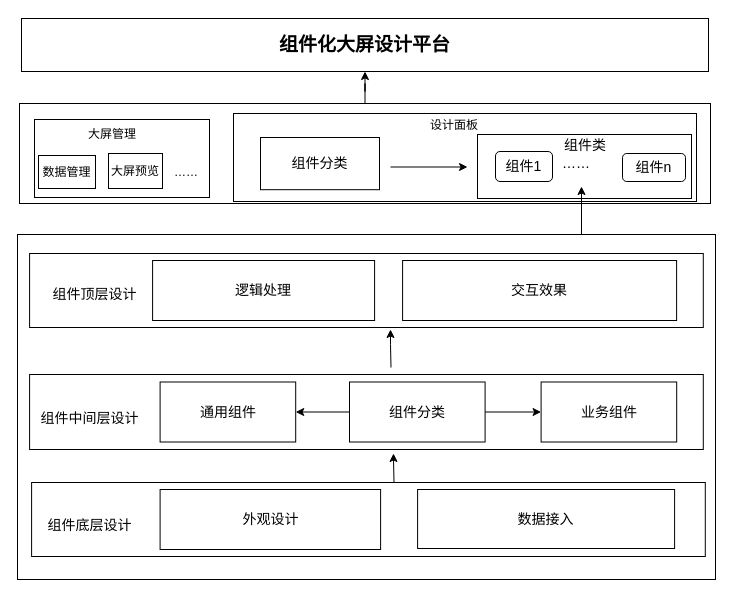
qw-null/drawio keeps this draw.io diagram as 小论文前端组件化方法.drawio. Above is the earlier version. Source tidied: cells renumbered, new cells numbered last; positions are measured from the earlier drawing's top-left corner, leaving out a move shared by most shapes. Both pictures are drawn from the tidied source at 100%, with x=0, y=0 at pixel (17, 18).
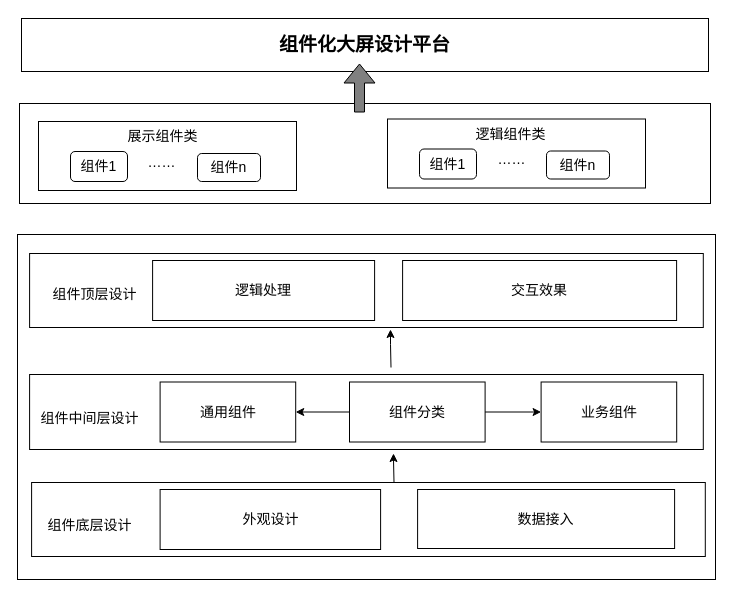
The same page after the edit.

Commit message:
更新小论文前端组件化方法.drawio

The change refers to these unchanged cells:
```xml
<mxCell id="2" value="&lt;h4&gt;&lt;font style=&quot;font-size: 19px;&quot;&gt;组件化大屏设计平台&lt;/font&gt;&lt;/h4&gt;" style="rounded=0;whiteSpace=wrap;html=1;" parent="1" vertex="1">
  <mxGeometry x="4" width="687" height="53" as="geometry" />
</mxCell>
<mxCell id="4" style="rounded=0;whiteSpace=wrap;html=1;fontFamily=Helvetica;fontSize=14;" parent="1" vertex="1">
  <mxGeometry x="2" y="85" width="691" height="100" as="geometry" />
</mxCell>
```

Change to the diagram source:
```diff
@@
-    <mxCell id="3" style="edgeStyle=orthogonalEdgeStyle;rounded=0;jettySize=auto;html=1;fontFamily=Helvetica;fontSize=14;" parent="1" edge="1" source="4" target="2">
-      <mxGeometry relative="1" as="geometry" />
-    </mxCell>
@@
     <mxCell id="5" style="rounded=0;whiteSpace=wrap;html=1;fontFamily=Helvetica;fontSize=14;" parent="1" vertex="1">
-      <mxGeometry x="460" y="116" width="214" height="64" as="geometry" />
+      <mxGeometry x="21" y="103" width="258" height="69" as="geometry" />
     </mxCell>
@@
     <mxCell id="26" value="组件1" style="rounded=1;whiteSpace=wrap;html=1;fontFamily=Helvetica;fontSize=14;" parent="1" vertex="1">
-      <mxGeometry x="478" y="133" width="57" height="30" as="geometry" />
+      <mxGeometry x="53" y="133" width="57" height="30" as="geometry" />
     </mxCell>
     <mxCell id="27" value="组件n" style="rounded=1;whiteSpace=wrap;html=1;fontFamily=Helvetica;fontSize=14;" parent="1" vertex="1">
-      <mxGeometry x="605" y="135" width="63" height="28" as="geometry" />
+      <mxGeometry x="180" y="135" width="63" height="28" as="geometry" />
     </mxCell>
     <mxCell id="28" value="……" style="text;html=1;strokeColor=none;fillColor=none;align=center;verticalAlign=middle;whiteSpace=wrap;rounded=0;fontFamily=Helvetica;fontSize=14;" parent="1" vertex="1">
-      <mxGeometry x="528.5" y="129.5" width="60" height="30" as="geometry" />
+      <mxGeometry x="110" y="127" width="69" height="33" as="geometry" />
     </mxCell>
-    <mxCell id="29" value="组件类" style="text;html=1;strokeColor=none;fillColor=none;align=center;verticalAlign=middle;whiteSpace=wrap;rounded=0;fontFamily=Helvetica;fontSize=14;" parent="1" vertex="1">
-      <mxGeometry x="538" y="112" width="60" height="30" as="geometry" />
+    <mxCell id="29" value="展示组件类" style="text;html=1;strokeColor=none;fillColor=none;align=center;verticalAlign=middle;whiteSpace=wrap;rounded=0;fontFamily=Helvetica;fontSize=14;" parent="1" vertex="1">
+      <mxGeometry x="93" y="102.5" width="105" height="30.5" as="geometry" />
     </mxCell>
-    <mxCell id="30" style="endArrow=classic;html=1;rounded=0;fontFamily=Helvetica;fontSize=14;" parent="1" edge="1">
-      <mxGeometry relative="1" as="geometry">
-        <mxPoint x="564" y="216" as="sourcePoint" />
-        <mxPoint x="564" y="168" as="targetPoint" />
-      </mxGeometry>
-    </mxCell>
-    <mxCell id="31" style="rounded=0;whiteSpace=wrap;html=1;fontFamily=Helvetica;fontSize=14;fillColor=none;" parent="1" vertex="1">
-      <mxGeometry x="216" y="95" width="463" height="88" as="geometry" />
-    </mxCell>
-    <mxCell id="32" value="组件分类" style="rounded=0;whiteSpace=wrap;html=1;fontFamily=Helvetica;fontSize=14;" parent="1" vertex="1">
-      <mxGeometry x="243" y="119" width="119" height="52.2" as="geometry" />
-    </mxCell>
-    <mxCell id="33" value="设计面板" style="text;html=1;strokeColor=none;fillColor=none;align=center;verticalAlign=middle;whiteSpace=wrap;rounded=0;" parent="1" vertex="1">
-      <mxGeometry x="407" y="89" width="60" height="35" as="geometry" />
-    </mxCell>
-    <mxCell id="34" style="endArrow=classic;html=1;rounded=0;" parent="1" edge="1">
-      <mxGeometry relative="1" as="geometry">
-        <mxPoint x="373" y="148.5" as="sourcePoint" />
-        <mxPoint x="450" y="148.5" as="targetPoint" />
-      </mxGeometry>
-    </mxCell>
-    <mxCell id="35" style="rounded=0;whiteSpace=wrap;html=1;fillColor=none;" parent="1" vertex="1">
-      <mxGeometry x="17" y="101" width="175" height="78" as="geometry" />
-    </mxCell>
-    <mxCell id="36" value="大屏管理" style="text;html=1;strokeColor=none;fillColor=none;align=center;verticalAlign=middle;whiteSpace=wrap;rounded=0;" parent="1" vertex="1">
-      <mxGeometry x="60" y="101" width="70" height="30" as="geometry" />
-    </mxCell>
-    <mxCell id="37" value="数据管理" style="rounded=0;whiteSpace=wrap;html=1;fillColor=none;" parent="1" vertex="1">
-      <mxGeometry x="21" y="137" width="57" height="33" as="geometry" />
-    </mxCell>
-    <mxCell id="38" value="大屏预览" style="rounded=0;whiteSpace=wrap;html=1;fillColor=none;" parent="1" vertex="1">
-      <mxGeometry x="91" y="135" width="54" height="35" as="geometry" />
-    </mxCell>
+    <mxCell id="40" style="rounded=0;whiteSpace=wrap;html=1;fontFamily=Helvetica;fontSize=14;" parent="1" vertex="1">
+      <mxGeometry x="370" y="100.5" width="258" height="69" as="geometry" />
+    </mxCell>
+    <mxCell id="41" value="组件1" style="rounded=1;whiteSpace=wrap;html=1;fontFamily=Helvetica;fontSize=14;" parent="1" vertex="1">
+      <mxGeometry x="402" y="130.5" width="57" height="30" as="geometry" />
+    </mxCell>
+    <mxCell id="42" value="组件n" style="rounded=1;whiteSpace=wrap;html=1;fontFamily=Helvetica;fontSize=14;" parent="1" vertex="1">
+      <mxGeometry x="529" y="132.5" width="63" height="28" as="geometry" />
+    </mxCell>
-    <mxCell id="39" value="……" style="text;html=1;strokeColor=none;fillColor=none;align=center;verticalAlign=middle;whiteSpace=wrap;rounded=0;" parent="1" vertex="1">
-      <mxGeometry x="139" y="140.5" width="60" height="26" as="geometry" />
+    <mxCell id="39" value="……" style="text;html=1;strokeColor=none;fillColor=none;align=center;verticalAlign=middle;whiteSpace=wrap;rounded=0;fontFamily=Helvetica;fontSize=14;" parent="1" vertex="1">
+      <mxGeometry x="458.5" y="125.5" width="70.5" height="31.5" as="geometry" />
     </mxCell>
+    <mxCell id="43" value="逻辑组件类" style="text;html=1;strokeColor=none;fillColor=none;align=center;verticalAlign=middle;whiteSpace=wrap;rounded=0;fontFamily=Helvetica;fontSize=14;" parent="1" vertex="1">
+      <mxGeometry x="441.2" y="100.5" width="105" height="30.5" as="geometry" />
+    </mxCell>
+    <mxCell id="44" style="shape=flexArrow;endArrow=classic;html=1;rounded=0;fillColor=#808080;" parent="1" edge="1">
+      <mxGeometry relative="1" as="geometry">
+        <mxPoint x="342" y="94" as="sourcePoint" />
+        <mxPoint x="342" y="45" as="targetPoint" />
+      </mxGeometry>
+    </mxCell>
```
